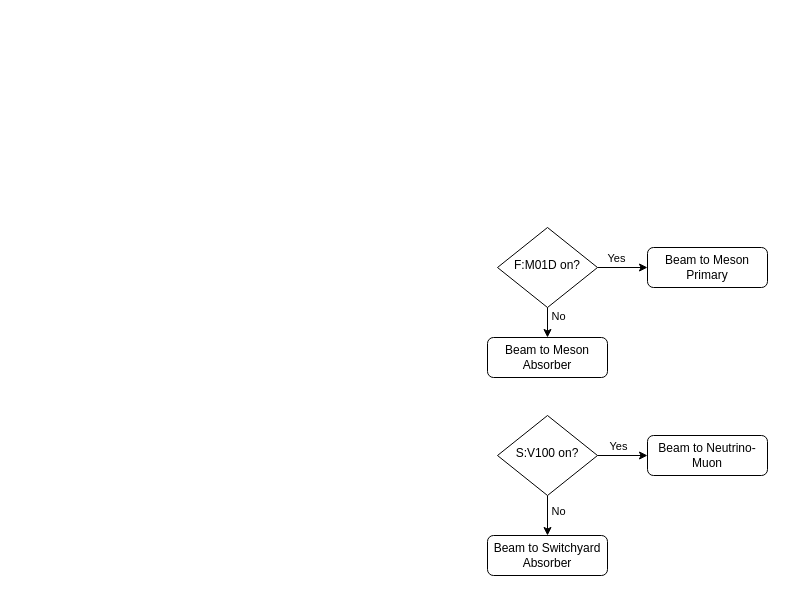
Above: ACORN_beamsequence_SY.drawio in awattsFNAL/Drawings (draw.io), before the change. Source tidied: cells renumbered, new cells numbered last; positions are measured from the earlier drawing's top-left corner, leaving out a move shared by most shapes. Both pictures are drawn from the tidied source at 100%, with x=0, y=0 at pixel (487, 227).
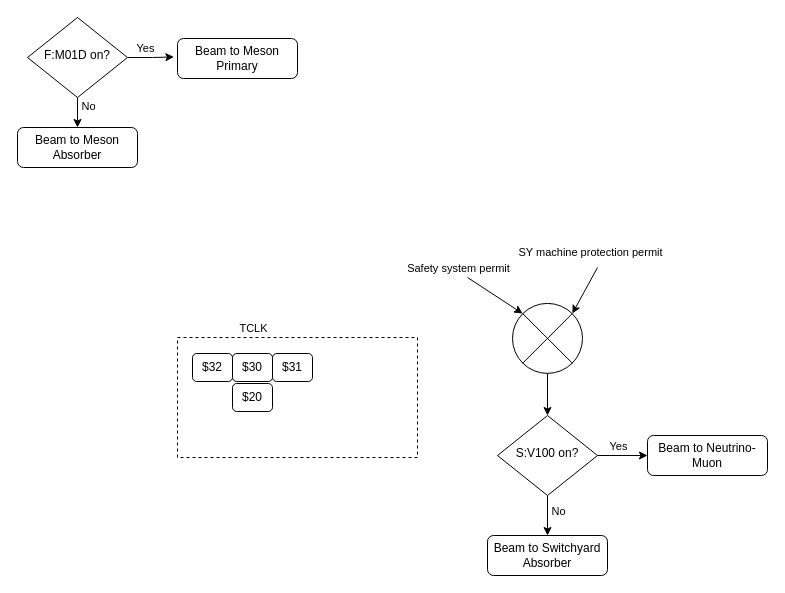
The same page after the edit.

The change refers to these unchanged cells:
```xml
<mxCell id="7" value="S:V100 on?" style="rhombus;whiteSpace=wrap;html=1;shadow=0;fontFamily=Helvetica;fontSize=12;align=center;strokeWidth=1;spacing=6;spacingTop=-4;" parent="1" vertex="1">
  <mxGeometry x="10" y="188" width="100" height="80" as="geometry" />
</mxCell>
```

What changed in the source:
```diff
@@
+    <mxCell id="16" style="rounded=0;whiteSpace=wrap;html=1;dashed=1;" parent="1" vertex="1">
+      <mxGeometry x="-310" y="110" width="240" height="120" as="geometry" />
+    </mxCell>
     <mxCell id="2" value="Beam to Meson Primary" style="rounded=1;whiteSpace=wrap;html=1;fontSize=12;glass=0;strokeWidth=1;shadow=0;" parent="1" vertex="1">
-      <mxGeometry x="160" y="20" width="120" height="40" as="geometry" />
+      <mxGeometry x="-310" y="-189" width="120" height="40" as="geometry" />
     </mxCell>
@@
-    <mxCell id="10" style="edgeStyle=orthogonalEdgeStyle;rounded=0;jettySize=auto;html=1;" parent="1" edge="1" source="12" target="2">
+    <mxCell id="10" style="edgeStyle=orthogonalEdgeStyle;rounded=0;jettySize=auto;html=1;entryX=-0.03;entryY=0.461;entryDx=0;entryDy=0;entryPerimeter=0;" parent="1" edge="1" source="12" target="2">
       <mxGeometry relative="1" as="geometry" />
     </mxCell>
@@
     <mxCell id="12" value="F:M01D on?" style="rhombus;whiteSpace=wrap;html=1;shadow=0;fontFamily=Helvetica;fontSize=12;align=center;strokeWidth=1;spacing=6;spacingTop=-4;" parent="1" vertex="1">
-      <mxGeometry x="10" width="100" height="80" as="geometry" />
+      <mxGeometry x="-460" y="-210" width="100" height="80" as="geometry" />
     </mxCell>
     <mxCell id="13" value="Beam to Meson Absorber" style="rounded=1;whiteSpace=wrap;html=1;fontSize=12;glass=0;strokeWidth=1;shadow=0;" parent="1" vertex="1">
-      <mxGeometry y="110" width="120" height="40" as="geometry" />
+      <mxGeometry x="-470" y="-100" width="120" height="40" as="geometry" />
     </mxCell>
@@
+    <mxCell id="17" style="verticalLabelPosition=bottom;verticalAlign=top;html=1;shape=mxgraph.flowchart.or;" parent="1" vertex="1">
+      <mxGeometry x="25" y="75.9" width="70" height="70" as="geometry" />
+    </mxCell>
+    <mxCell id="18" style="endArrow=classic;html=1;rounded=0;exitX=0.5;exitY=1;exitDx=0;exitDy=0;exitPerimeter=0;entryX=0.5;entryY=0;entryDx=0;entryDy=0;" parent="1" edge="1" source="17" target="7">
+      <mxGeometry relative="1" as="geometry" />
+    </mxCell>
+    <mxCell id="19" style="endArrow=classic;html=1;rounded=0;entryX=0.145;entryY=0.145;entryDx=0;entryDy=0;entryPerimeter=0;" parent="1" edge="1" target="17">
+      <mxGeometry relative="1" as="geometry">
+        <mxPoint x="-20" y="50" as="sourcePoint" />
+      </mxGeometry>
+    </mxCell>
+    <mxCell id="20" style="endArrow=classic;html=1;rounded=0;entryX=0.855;entryY=0.145;entryDx=0;entryDy=0;entryPerimeter=0;" parent="1" edge="1" target="17">
+      <mxGeometry relative="1" as="geometry">
+        <mxPoint x="110" y="40" as="sourcePoint" />
+      </mxGeometry>
+    </mxCell>
+    <mxCell id="21" value="SY machine protection permit" style="edgeLabel;html=1;align=center;verticalAlign=middle;" parent="20" vertex="1">
+      <mxGeometry x="-0.4" y="-1" relative="1" as="geometry">
+        <mxPoint x="1" y="-29" as="offset" />
+      </mxGeometry>
+    </mxCell>
+    <mxCell id="22" value="Safety system permit" style="edgeLabel;html=1;align=center;verticalAlign=middle;" parent="1" vertex="1">
+      <mxGeometry x="-30" y="40" as="geometry" />
+    </mxCell>
+    <mxCell id="23" value="$30" style="rounded=1;whiteSpace=wrap;html=1;" parent="1" vertex="1">
+      <mxGeometry x="-255" y="126" width="40" height="28" as="geometry" />
+    </mxCell>
+    <mxCell id="24" value="$31" style="rounded=1;whiteSpace=wrap;html=1;" parent="1" vertex="1">
+      <mxGeometry x="-215" y="126" width="40" height="28" as="geometry" />
+    </mxCell>
+    <mxCell id="25" value="$32" style="rounded=1;whiteSpace=wrap;html=1;" parent="1" vertex="1">
+      <mxGeometry x="-295" y="126" width="40" height="28" as="geometry" />
+    </mxCell>
+    <mxCell id="26" value="TCLK" style="edgeLabel;html=1;align=center;verticalAlign=middle;" parent="1" vertex="1">
+      <mxGeometry x="-235" y="100" as="geometry" />
+    </mxCell>
+    <mxCell id="27" value="$20" style="rounded=1;whiteSpace=wrap;html=1;" parent="1" vertex="1">
+      <mxGeometry x="-255" y="156" width="40" height="28" as="geometry" />
+    </mxCell>
```
